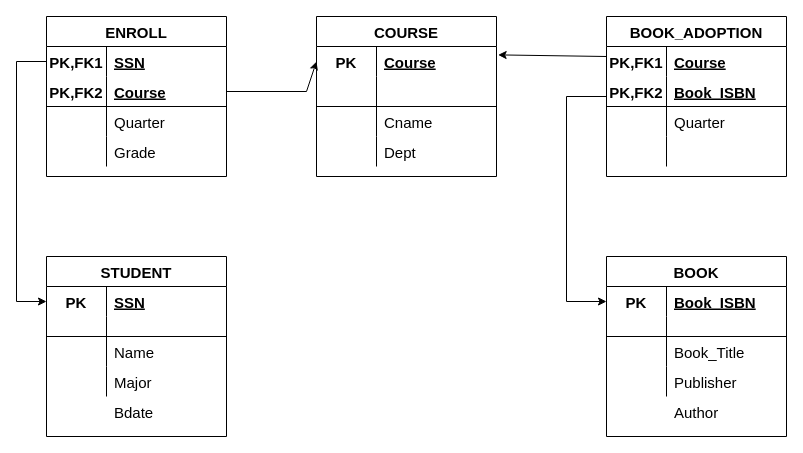
Earlier version of the draw.io diagram page "ex2" (2 of 2) of Biểu đồ không có tiêu đề.drawio (giangcoiphp/covid19). Source tidied: cells renumbered, new cells numbered last; positions are measured from the earlier drawing's top-left corner, leaving out a move shared by most shapes. Both pictures are drawn from the tidied source at 100%, with x=0, y=0 at pixel (16, 16).
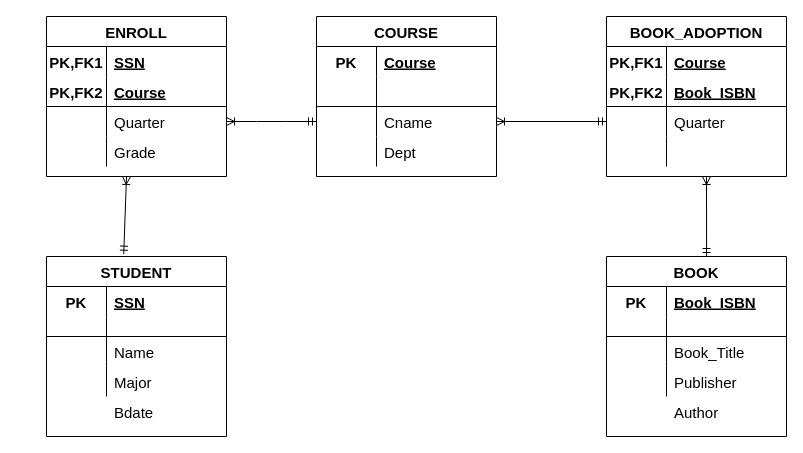
The same diagram, later.

Unchanged cells that the change refers to:
```xml
<mxCell id="3" style="shape=tableRow;horizontal=0;startSize=0;swimlaneHead=0;swimlaneBody=0;fillColor=none;points=[[0,0.5],[1,0.5]];portConstraint=eastwest;top=0;left=0;right=0;bottom=0;fontSize=15;" parent="2" vertex="1">
  <mxGeometry y="30" width="180" height="30" as="geometry" />
</mxCell>
<mxCell id="6" style="shape=tableRow;horizontal=0;startSize=0;swimlaneHead=0;swimlaneBody=0;fillColor=none;points=[[0,0.5],[1,0.5]];portConstraint=eastwest;top=0;left=0;right=0;bottom=1;fontSize=15;" parent="2" vertex="1">
  <mxGeometry y="60" width="180" height="30" as="geometry" />
</mxCell>
<mxCell id="9" style="shape=tableRow;horizontal=0;startSize=0;swimlaneHead=0;swimlaneBody=0;fillColor=none;points=[[0,0.5],[1,0.5]];portConstraint=eastwest;top=0;left=0;right=0;bottom=0;fontSize=15;" parent="2" vertex="1">
  <mxGeometry y="90" width="180" height="30" as="geometry" />
</mxCell>
<mxCell id="16" style="shape=tableRow;horizontal=0;startSize=0;swimlaneHead=0;swimlaneBody=0;fillColor=none;points=[[0,0.5],[1,0.5]];portConstraint=eastwest;top=0;left=0;right=0;bottom=0;fontSize=15;" parent="15" vertex="1">
  <mxGeometry y="30" width="180" height="30" as="geometry" />
</mxCell>
<mxCell id="22" style="shape=tableRow;horizontal=0;startSize=0;swimlaneHead=0;swimlaneBody=0;fillColor=none;points=[[0,0.5],[1,0.5]];portConstraint=eastwest;top=0;left=0;right=0;bottom=0;fontSize=15;" parent="15" vertex="1">
  <mxGeometry y="90" width="180" height="30" as="geometry" />
</mxCell>
<mxCell id="28" value="STUDENT " style="shape=table;startSize=30;childLayout=tableLayout;rowLines=0;fontStyle=1;align=center;fontSize=15;" parent="1" vertex="1">
  <mxGeometry x="30" y="240" width="180" height="180" as="geometry" />
</mxCell>
<mxCell id="29" style="shape=tableRow;horizontal=0;startSize=0;swimlaneHead=0;swimlaneBody=0;fillColor=none;points=[[0,0.5],[1,0.5]];portConstraint=eastwest;top=0;left=0;right=0;bottom=0;fontSize=15;" parent="28" vertex="1">
  <mxGeometry y="30" width="180" height="30" as="geometry" />
</mxCell>
<mxCell id="48" style="shape=tableRow;horizontal=0;startSize=0;swimlaneHead=0;swimlaneBody=0;fillColor=none;points=[[0,0.5],[1,0.5]];portConstraint=eastwest;top=0;left=0;right=0;bottom=0;fontSize=15;" parent="41" vertex="1">
  <mxGeometry y="90" width="180" height="30" as="geometry" />
</mxCell>
<mxCell id="54" value="BOOK " style="shape=table;startSize=30;childLayout=tableLayout;rowLines=0;fontStyle=1;align=center;fontSize=15;" parent="1" vertex="1">
  <mxGeometry x="590" y="240" width="180" height="180" as="geometry" />
</mxCell>
<mxCell id="55" style="shape=tableRow;horizontal=0;startSize=0;swimlaneHead=0;swimlaneBody=0;fillColor=none;points=[[0,0.5],[1,0.5]];portConstraint=eastwest;top=0;left=0;right=0;bottom=0;fontSize=15;" parent="54" vertex="1">
  <mxGeometry y="30" width="180" height="30" as="geometry" />
</mxCell>
```

What changed in the source:
```diff
@@
-    <mxCell id="72" style="endArrow=classic;html=1;rounded=0;fontSize=15;exitX=1;exitY=0.5;exitDx=0;exitDy=0;entryX=0;entryY=0.5;entryDx=0;entryDy=0;" parent="1" edge="1" source="6" target="16">
-      <mxGeometry relative="1" as="geometry">
-        <Array as="points">
-          <mxPoint x="290" y="75" />
-        </Array>
-      </mxGeometry>
-    </mxCell>
-    <mxCell id="73" style="endArrow=classic;html=1;rounded=0;fontSize=15;exitX=0;exitY=0.5;exitDx=0;exitDy=0;entryX=0;entryY=0.5;entryDx=0;entryDy=0;" parent="1" edge="1" source="3" target="29">
-      <mxGeometry relative="1" as="geometry">
-        <Array as="points">
-          <mxPoint y="45" />
-          <mxPoint y="285" />
-        </Array>
-      </mxGeometry>
-    </mxCell>
-    <mxCell id="74" style="endArrow=classic;html=1;rounded=0;fontSize=15;entryX=1.009;entryY=0.28;entryDx=0;entryDy=0;entryPerimeter=0;" parent="1" edge="1" target="16">
-      <mxGeometry relative="1" as="geometry">
-        <mxPoint x="590" y="40" as="sourcePoint" />
-      </mxGeometry>
-    </mxCell>
-    <mxCell id="75" style="endArrow=classic;html=1;rounded=0;fontSize=15;entryX=0;entryY=0.5;entryDx=0;entryDy=0;" parent="1" edge="1" target="55">
-      <mxGeometry relative="1" as="geometry">
-        <mxPoint x="590" y="80" as="sourcePoint" />
-        <Array as="points">
-          <mxPoint x="550" y="80" />
-          <mxPoint x="550" y="285" />
-        </Array>
-      </mxGeometry>
-    </mxCell>
+    <mxCell id="76" style="fontSize=12;html=1;endArrow=ERoneToMany;startArrow=ERmandOne;rounded=0;exitX=0.429;exitY=-0.013;exitDx=0;exitDy=0;exitPerimeter=0;" parent="1" edge="1" source="28">
+      <mxGeometry relative="1" as="geometry">
+        <mxPoint x="110" y="160" as="targetPoint" />
+      </mxGeometry>
+    </mxCell>
+    <mxCell id="77" style="edgeStyle=entityRelationEdgeStyle;fontSize=12;html=1;endArrow=ERoneToMany;startArrow=ERmandOne;rounded=0;exitX=0;exitY=0.5;exitDx=0;exitDy=0;entryX=1;entryY=0.5;entryDx=0;entryDy=0;" parent="1" edge="1" source="22" target="9">
+      <mxGeometry relative="1" as="geometry" />
+    </mxCell>
+    <mxCell id="78" style="fontSize=12;html=1;endArrow=ERoneToMany;startArrow=ERmandOne;rounded=0;exitX=0.556;exitY=0;exitDx=0;exitDy=0;exitPerimeter=0;" parent="1" edge="1" source="54">
+      <mxGeometry relative="1" as="geometry">
+        <mxPoint x="690" y="160" as="targetPoint" />
+      </mxGeometry>
+    </mxCell>
+    <mxCell id="79" style="fontSize=12;html=1;endArrow=ERoneToMany;startArrow=ERmandOne;rounded=0;exitX=0;exitY=0.5;exitDx=0;exitDy=0;entryX=1;entryY=0.5;entryDx=0;entryDy=0;" parent="1" edge="1" source="48" target="22">
+      <mxGeometry relative="1" as="geometry" />
+    </mxCell>
```
